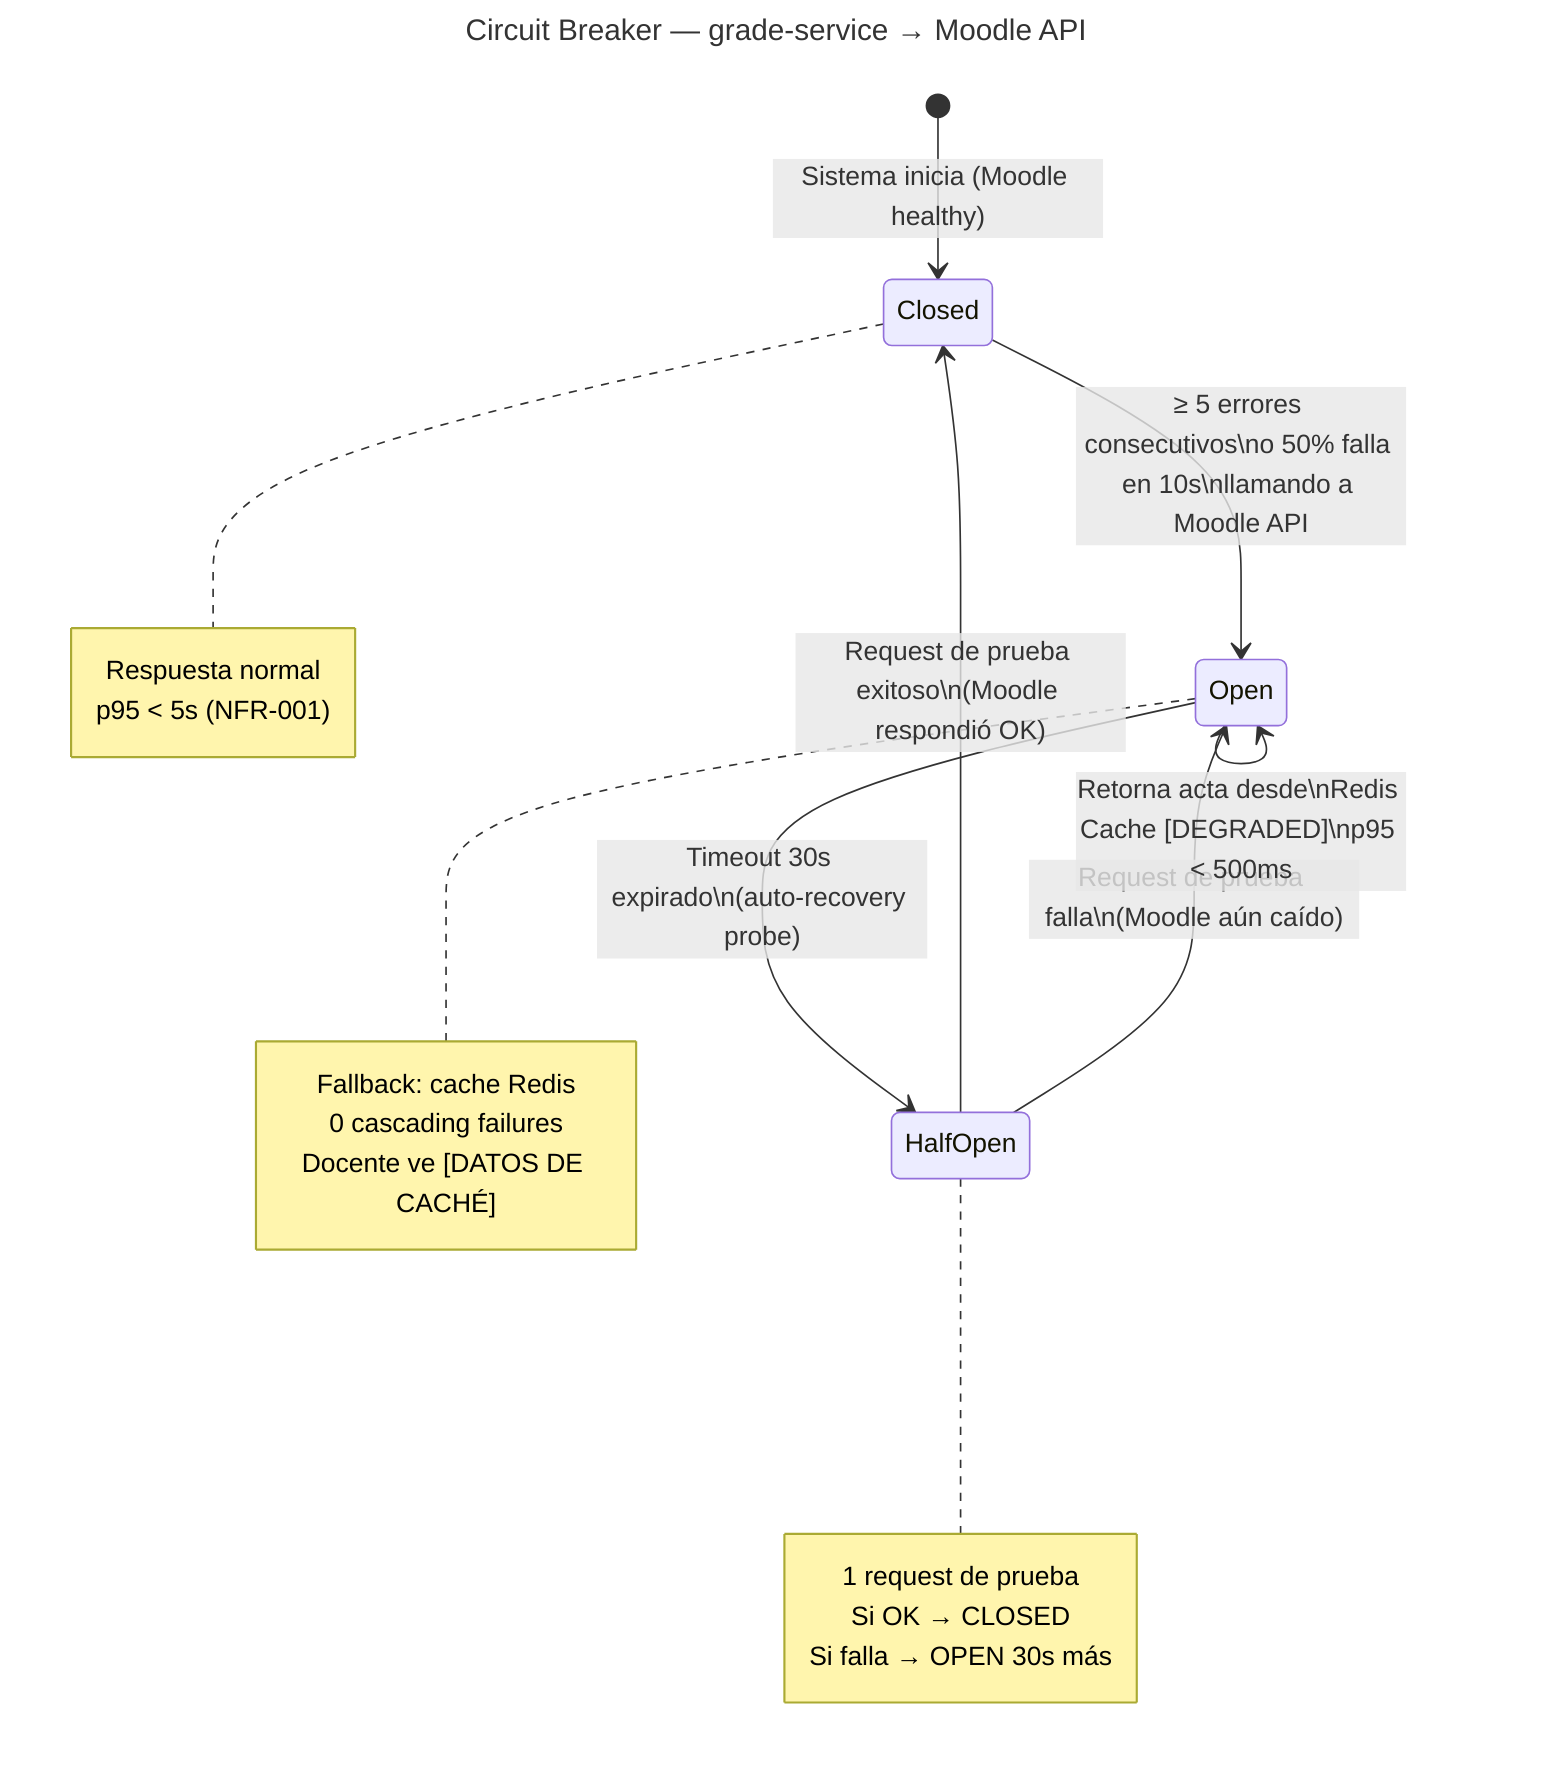
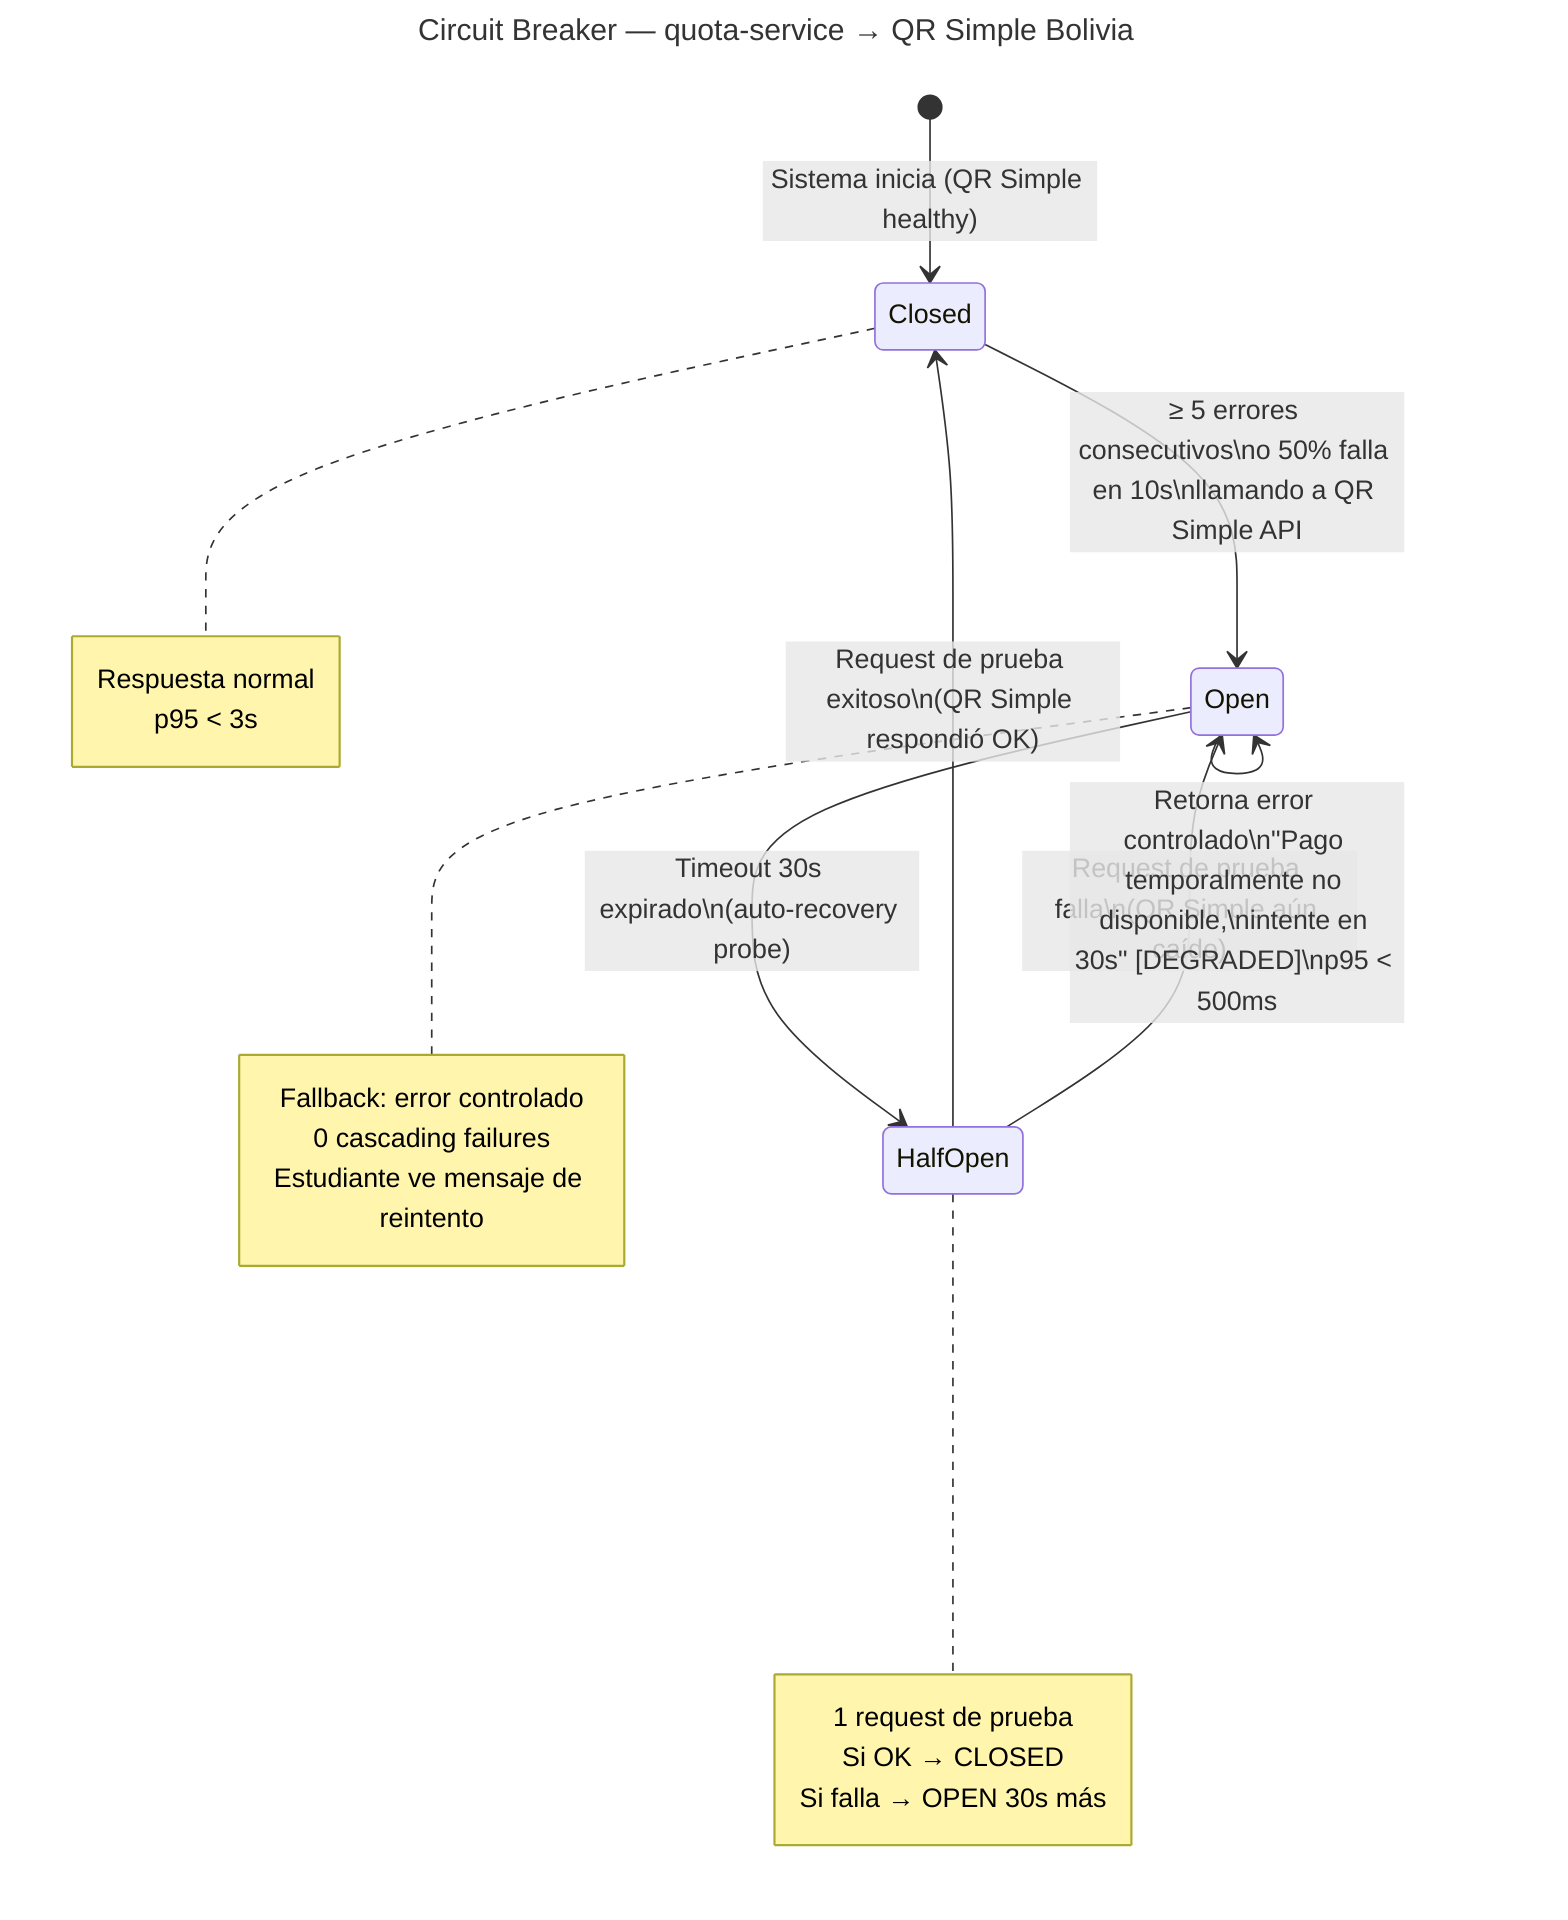
---
- title: "Circuit Breaker — grade-service → Moodle API"
+ title: "Circuit Breaker — quota-service → QR Simple Bolivia"
---
stateDiagram-v2
-     [*] --> Closed : Sistema inicia (Moodle healthy)
+     [*] --> Closed : Sistema inicia (QR Simple healthy)

-     Closed --> Open : ≥ 5 errores consecutivos\no 50% falla en 10s\nllamando a Moodle API
+     Closed --> Open : ≥ 5 errores consecutivos\no 50% falla en 10s\nllamando a QR Simple API

    Open --> HalfOpen : Timeout 30s expirado\n(auto-recovery probe)

-     HalfOpen --> Closed : Request de prueba exitoso\n(Moodle respondió OK)
+     HalfOpen --> Closed : Request de prueba exitoso\n(QR Simple respondió OK)

-     HalfOpen --> Open : Request de prueba falla\n(Moodle aún caído)
+     HalfOpen --> Open : Request de prueba falla\n(QR Simple aún caído)

-     Open --> Open : Retorna acta desde\nRedis Cache [DEGRADED]\np95 < 500ms
+     Open --> Open : Retorna error controlado\n"Pago temporalmente no disponible,\nintente en 30s" [DEGRADED]\np95 < 500ms

    note right of Closed
        Respuesta normal
-         p95 < 5s (NFR-001)
+         p95 < 3s
    end note

    note right of Open
-         Fallback: cache Redis
+         Fallback: error controlado
        0 cascading failures
-         Docente ve [DATOS DE CACHÉ]
+         Estudiante ve mensaje de reintento
    end note

    note right of HalfOpen
        1 request de prueba
        Si OK → CLOSED
        Si falla → OPEN 30s más
    end note
